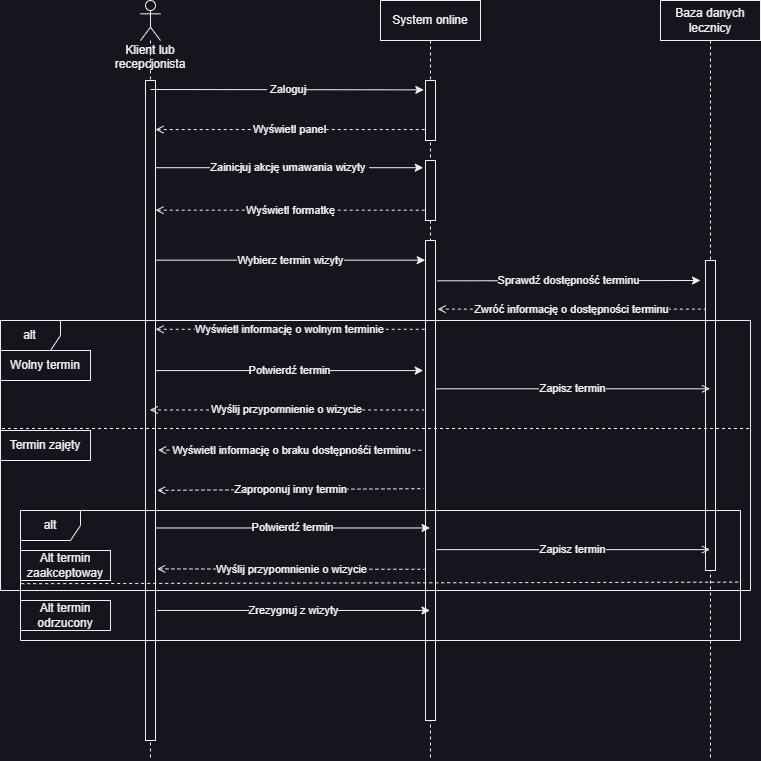
Above: Imgaes/Seq_UC1_Umow_wizyte.png in MarekMichali/vet-clinic (draw.io), before the change. Source tidied: cells renumbered, new cells last; positions are measured from the earlier drawing's top-left corner, leaving out a move shared by most shapes. Source of this version:
```xml
<mxGraphModel background="#18141D">
  <root>
    <mxCell id="0" />
    <mxCell id="1" parent="0" />
    <mxCell id="2" value="Klient lub recepcjonista" style="shape=umlLifeline;participant=umlActor;perimeter=lifelinePerimeter;whiteSpace=wrap;html=1;verticalAlign=top;spacingTop=36;outlineConnect=0;labelBackgroundColor=none;fontColor=#F0F0F0;fillColor=#18141D;strokeColor=#F0F0F0;" parent="1" vertex="1">
      <mxGeometry x="140" width="20" height="760" as="geometry" />
    </mxCell>
    <mxCell id="3" style="html=1;points=[];perimeter=orthogonalPerimeter;labelBackgroundColor=#18141D;fontColor=#F0F0F0;fillColor=#18141D;strokeColor=#F0F0F0;" parent="2" vertex="1">
      <mxGeometry x="5" y="80" width="10" height="660" as="geometry" />
    </mxCell>
    <mxCell id="4" value="System online" style="shape=umlLifeline;perimeter=lifelinePerimeter;whiteSpace=wrap;html=1;outlineConnect=0;labelBackgroundColor=#18141D;fontColor=#F0F0F0;fillColor=#18141D;strokeColor=#F0F0F0;" parent="1" vertex="1">
      <mxGeometry x="380" width="100" height="760" as="geometry" />
    </mxCell>
    <mxCell id="5" style="html=1;points=[];perimeter=orthogonalPerimeter;labelBackgroundColor=#18141D;fontColor=#F0F0F0;fillColor=#18141D;strokeColor=#F0F0F0;" parent="4" vertex="1">
      <mxGeometry x="45" y="80" width="10" height="60" as="geometry" />
    </mxCell>
    <mxCell id="6" style="html=1;points=[];perimeter=orthogonalPerimeter;labelBackgroundColor=#18141D;fontColor=#F0F0F0;fillColor=#18141D;strokeColor=#F0F0F0;" parent="4" vertex="1">
      <mxGeometry x="45" y="160" width="10" height="60" as="geometry" />
    </mxCell>
    <mxCell id="7" style="edgeStyle=none;html=1;startArrow=open;startFill=0;endArrow=open;endFill=0;labelBackgroundColor=#18141D;fontColor=#F0F0F0;fillColor=#18141D;strokeColor=#F0F0F0;" parent="4" edge="1" source="8" target="4">
      <mxGeometry relative="1" as="geometry" />
    </mxCell>
    <mxCell id="8" style="html=1;points=[];perimeter=orthogonalPerimeter;labelBackgroundColor=#18141D;fontColor=#F0F0F0;fillColor=#18141D;strokeColor=#F0F0F0;" parent="4" vertex="1">
      <mxGeometry x="45" y="240" width="10" height="480" as="geometry" />
    </mxCell>
    <mxCell id="9" value="Baza danych lecznicy" style="shape=umlLifeline;perimeter=lifelinePerimeter;whiteSpace=wrap;html=1;outlineConnect=0;labelBackgroundColor=#18141D;fontColor=#F0F0F0;fillColor=#18141D;strokeColor=#F0F0F0;" parent="1" vertex="1">
      <mxGeometry x="660" width="100" height="760" as="geometry" />
    </mxCell>
    <mxCell id="10" style="edgeStyle=none;html=1;startArrow=open;startFill=0;endArrow=open;endFill=0;labelBackgroundColor=#18141D;fontColor=#F0F0F0;fillColor=#18141D;strokeColor=#F0F0F0;" parent="9" edge="1" source="11" target="9">
      <mxGeometry relative="1" as="geometry" />
    </mxCell>
    <mxCell id="11" style="html=1;points=[];perimeter=orthogonalPerimeter;labelBackgroundColor=#18141D;fontColor=#F0F0F0;fillColor=#18141D;strokeColor=#F0F0F0;" parent="9" vertex="1">
      <mxGeometry x="45" y="260" width="10" height="310" as="geometry" />
    </mxCell>
    <mxCell id="12" value="&amp;nbsp;Zaloguj" style="endArrow=classic;html=1;entryX=-0.169;entryY=0.156;entryDx=0;entryDy=0;entryPerimeter=0;labelBackgroundColor=#18141D;fontColor=#F0F0F0;fillColor=#18141D;strokeColor=#F0F0F0;" parent="1" edge="1" target="5">
      <mxGeometry relative="1" as="geometry">
        <mxPoint x="150" y="89" as="sourcePoint" />
      </mxGeometry>
    </mxCell>
    <mxCell id="13" value="Wyświetl panel" style="endArrow=none;dashed=1;html=1;startArrow=open;startFill=0;entryX=-0.059;entryY=0.818;entryDx=0;entryDy=0;entryPerimeter=0;labelBackgroundColor=#18141D;fontColor=#F0F0F0;fillColor=#18141D;strokeColor=#F0F0F0;" parent="1" edge="1" source="3" target="5">
      <mxGeometry relative="1" as="geometry" />
    </mxCell>
    <mxCell id="14" value="Zainicjuj akcję umawania wizyty&amp;nbsp;" style="endArrow=classic;html=1;entryX=-0.224;entryY=0.12;entryDx=0;entryDy=0;entryPerimeter=0;labelBackgroundColor=#18141D;fontColor=#F0F0F0;fillColor=#18141D;strokeColor=#F0F0F0;" parent="1" edge="1" source="3" target="6">
      <mxGeometry relative="1" as="geometry" />
    </mxCell>
    <mxCell id="15" value="Wyświetl formatkę" style="endArrow=none;dashed=1;html=1;startArrow=open;startFill=0;entryX=0.052;entryY=0.828;entryDx=0;entryDy=0;entryPerimeter=0;labelBackgroundColor=#18141D;fontColor=#F0F0F0;fillColor=#18141D;strokeColor=#F0F0F0;" parent="1" edge="1" source="3" target="6">
      <mxGeometry relative="1" as="geometry" />
    </mxCell>
    <mxCell id="16" value="Wybierz termin wizyty" style="endArrow=classic;html=1;entryX=-0.027;entryY=0.041;entryDx=0;entryDy=0;entryPerimeter=0;labelBackgroundColor=#18141D;fontColor=#F0F0F0;fillColor=#18141D;strokeColor=#F0F0F0;" parent="1" edge="1" source="3" target="8">
      <mxGeometry relative="1" as="geometry" />
    </mxCell>
    <mxCell id="17" value="Sprawdź dostępność terminu" style="endArrow=classic;html=1;exitX=1.173;exitY=0.084;exitDx=0;exitDy=0;exitPerimeter=0;labelBackgroundColor=#18141D;fontColor=#F0F0F0;fillColor=#18141D;strokeColor=#F0F0F0;" parent="1" edge="1" source="8">
      <mxGeometry relative="1" as="geometry">
        <mxPoint x="700" y="280" as="targetPoint" />
      </mxGeometry>
    </mxCell>
    <mxCell id="18" value="Zwróć informację o dostępności terminu" style="endArrow=none;dashed=1;html=1;startArrow=open;startFill=0;exitX=1.21;exitY=0.143;exitDx=0;exitDy=0;exitPerimeter=0;labelBackgroundColor=#18141D;fontColor=#F0F0F0;fillColor=#18141D;strokeColor=#F0F0F0;" parent="1" edge="1" source="8" target="11">
      <mxGeometry relative="1" as="geometry" />
    </mxCell>
    <mxCell id="19" value="Wyświetl informację o wolnym terminie" style="endArrow=none;dashed=1;html=1;startArrow=open;startFill=0;entryX=-0.059;entryY=0.185;entryDx=0;entryDy=0;entryPerimeter=0;labelBackgroundColor=#18141D;fontColor=#F0F0F0;fillColor=#18141D;strokeColor=#F0F0F0;" parent="1" edge="1" source="3" target="8">
      <mxGeometry relative="1" as="geometry" />
    </mxCell>
    <mxCell id="20" value="Potwierdź termin" style="endArrow=classic;html=1;entryX=-0.224;entryY=0.271;entryDx=0;entryDy=0;entryPerimeter=0;labelBackgroundColor=#18141D;fontColor=#F0F0F0;fillColor=#18141D;strokeColor=#F0F0F0;" parent="1" edge="1" source="3" target="8">
      <mxGeometry relative="1" as="geometry" />
    </mxCell>
    <mxCell id="21" value="Zapisz termin" style="endArrow=open;html=1;exitX=1.1;exitY=0.309;exitDx=0;exitDy=0;exitPerimeter=0;endFill=0;labelBackgroundColor=#18141D;fontColor=#F0F0F0;fillColor=#18141D;strokeColor=#F0F0F0;" parent="1" edge="1" source="8" target="9">
      <mxGeometry relative="1" as="geometry" />
    </mxCell>
    <mxCell id="22" value="Wyślij przypomnienie o wizycie" style="endArrow=none;dashed=1;html=1;startArrow=open;startFill=0;entryX=-0.181;entryY=0.353;entryDx=0;entryDy=0;entryPerimeter=0;labelBackgroundColor=#18141D;fontColor=#F0F0F0;fillColor=#18141D;strokeColor=#F0F0F0;" parent="1" edge="1" source="2" target="8">
      <mxGeometry relative="1" as="geometry" />
    </mxCell>
    <mxCell id="23" value="Wyświetl informację o braku dostępnośći terminu" style="endArrow=none;dashed=1;html=1;startArrow=open;startFill=0;entryX=-0.26;entryY=0.437;entryDx=0;entryDy=0;entryPerimeter=0;exitX=1.26;exitY=0.56;exitDx=0;exitDy=0;exitPerimeter=0;labelBackgroundColor=#18141D;fontColor=#F0F0F0;fillColor=#18141D;strokeColor=#F0F0F0;" parent="1" edge="1" source="3" target="8">
      <mxGeometry relative="1" as="geometry" />
    </mxCell>
    <mxCell id="24" value="Zaproponuj inny termin" style="endArrow=none;dashed=1;html=1;startArrow=open;startFill=0;entryX=-0.167;entryY=0.517;entryDx=0;entryDy=0;entryPerimeter=0;exitX=1.167;exitY=0.621;exitDx=0;exitDy=0;exitPerimeter=0;labelBackgroundColor=#18141D;fontColor=#F0F0F0;fillColor=#18141D;strokeColor=#F0F0F0;" parent="1" edge="1" source="3" target="8">
      <mxGeometry relative="1" as="geometry" />
    </mxCell>
    <mxCell id="25" value="Potwierdź termin" style="endArrow=classic;html=1;exitX=0.967;exitY=0.678;exitDx=0;exitDy=0;exitPerimeter=0;labelBackgroundColor=#18141D;fontColor=#F0F0F0;fillColor=#18141D;strokeColor=#F0F0F0;" parent="1" edge="1" source="3" target="4">
      <mxGeometry relative="1" as="geometry" />
    </mxCell>
    <mxCell id="26" value="Zrezygnuj z wizyty" style="endArrow=classic;html=1;exitX=1.156;exitY=0.803;exitDx=0;exitDy=0;exitPerimeter=0;labelBackgroundColor=#18141D;fontColor=#F0F0F0;fillColor=#18141D;strokeColor=#F0F0F0;" parent="1" edge="1" source="3" target="4">
      <mxGeometry relative="1" as="geometry" />
    </mxCell>
    <mxCell id="27" value="Wyślij przypomnienie o wizycie" style="endArrow=none;dashed=1;html=1;startArrow=open;startFill=0;entryX=-0.1;entryY=0.685;entryDx=0;entryDy=0;entryPerimeter=0;exitX=1.167;exitY=0.74;exitDx=0;exitDy=0;exitPerimeter=0;labelBackgroundColor=#18141D;fontColor=#F0F0F0;fillColor=#18141D;strokeColor=#F0F0F0;" parent="1" edge="1" source="3" target="8">
      <mxGeometry relative="1" as="geometry" />
    </mxCell>
    <mxCell id="28" value="Zapisz termin" style="endArrow=open;html=1;exitX=1.1;exitY=0.644;exitDx=0;exitDy=0;exitPerimeter=0;endFill=0;labelBackgroundColor=#18141D;fontColor=#F0F0F0;fillColor=#18141D;strokeColor=#F0F0F0;" parent="1" edge="1" source="8" target="9">
      <mxGeometry relative="1" as="geometry" />
    </mxCell>
    <mxCell id="29" value="alt" style="shape=umlFrame;whiteSpace=wrap;html=1;labelBackgroundColor=#18141D;fontColor=#F0F0F0;fillColor=#18141D;strokeColor=#F0F0F0;" parent="1" vertex="1">
      <mxGeometry y="320" width="750" height="270" as="geometry" />
    </mxCell>
    <mxCell id="30" style="endArrow=none;html=1;exitX=0.002;exitY=0.4;exitDx=0;exitDy=0;exitPerimeter=0;dashed=1;labelBackgroundColor=#18141D;fontColor=#F0F0F0;fillColor=#18141D;strokeColor=#F0F0F0;" parent="1" edge="1" source="29">
      <mxGeometry relative="1" as="geometry">
        <mxPoint x="750" y="428" as="targetPoint" />
      </mxGeometry>
    </mxCell>
    <mxCell id="31" value="Wolny termin" style="text;html=1;strokeColor=#F0F0F0;fillColor=#18141D;align=center;verticalAlign=middle;whiteSpace=wrap;rounded=0;labelBackgroundColor=#18141D;fontColor=#F0F0F0;" parent="1" vertex="1">
      <mxGeometry y="350" width="90" height="30" as="geometry" />
    </mxCell>
    <mxCell id="32" value="Termin zajęty" style="text;html=1;strokeColor=#F0F0F0;fillColor=#18141D;align=center;verticalAlign=middle;whiteSpace=wrap;rounded=0;labelBackgroundColor=#18141D;fontColor=#F0F0F0;" parent="1" vertex="1">
      <mxGeometry y="430" width="90" height="30" as="geometry" />
    </mxCell>
    <mxCell id="33" value="alt" style="shape=umlFrame;whiteSpace=wrap;html=1;labelBackgroundColor=#18141D;fontColor=#F0F0F0;fillColor=#18141D;strokeColor=#F0F0F0;" parent="1" vertex="1">
      <mxGeometry x="20" y="510" width="720" height="130" as="geometry" />
    </mxCell>
    <mxCell id="34" value="Alt termin zaakceptoway" style="text;html=1;strokeColor=#F0F0F0;fillColor=#18141D;align=center;verticalAlign=middle;whiteSpace=wrap;rounded=0;labelBackgroundColor=#18141D;fontColor=#F0F0F0;" parent="1" vertex="1">
      <mxGeometry x="20" y="550" width="90" height="30" as="geometry" />
    </mxCell>
    <mxCell id="35" value="Alt termin odrzucony" style="text;html=1;strokeColor=#F0F0F0;fillColor=#18141D;align=center;verticalAlign=middle;whiteSpace=wrap;rounded=0;labelBackgroundColor=#18141D;fontColor=#F0F0F0;" parent="1" vertex="1">
      <mxGeometry x="20" y="600" width="90" height="30" as="geometry" />
    </mxCell>
    <mxCell id="36" style="endArrow=none;dashed=1;html=1;exitX=0.001;exitY=0.563;exitDx=0;exitDy=0;exitPerimeter=0;entryX=0.999;entryY=0.551;entryDx=0;entryDy=0;entryPerimeter=0;labelBackgroundColor=#18141D;fontColor=#F0F0F0;fillColor=#18141D;strokeColor=#F0F0F0;" parent="1" edge="1" source="33" target="33">
      <mxGeometry relative="1" as="geometry" />
    </mxCell>
  </root>
</mxGraphModel>
```
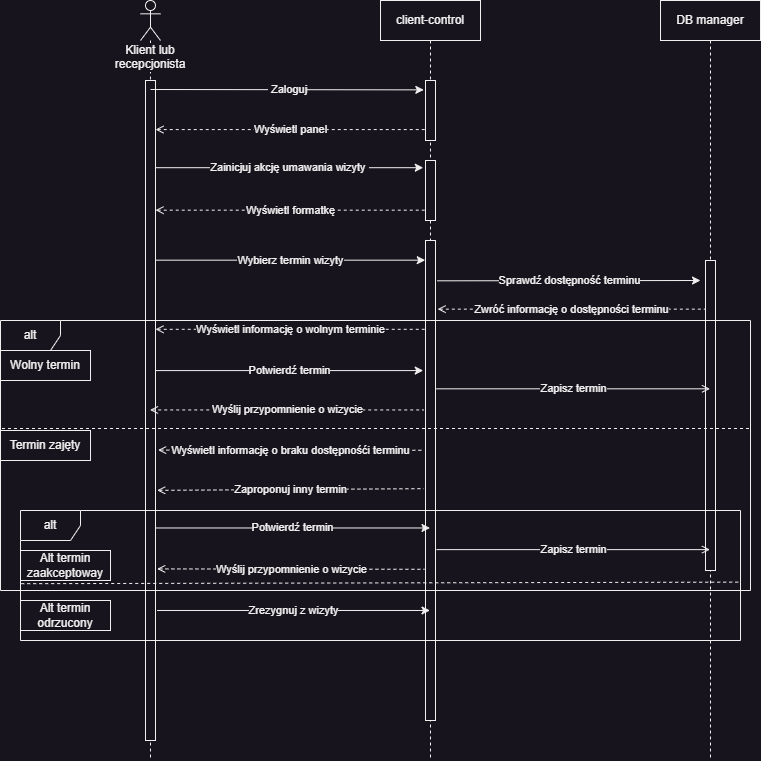
After the commit.

What changed in the source:
```diff
@@ -2,13 +2,13 @@
   <root>
     <mxCell id="0" />
     <mxCell id="1" parent="0" />
-    <mxCell id="2" value="Klient lub recepcjonista" style="shape=umlLifeline;participant=umlActor;perimeter=lifelinePerimeter;whiteSpace=wrap;html=1;verticalAlign=top;spacingTop=36;outlineConnect=0;labelBackgroundColor=none;fontColor=#F0F0F0;fillColor=#18141D;strokeColor=#F0F0F0;" parent="1" vertex="1">
+    <mxCell id="2" value="Klient lub recepcjonista" style="shape=umlLifeline;participant=umlActor;perimeter=lifelinePerimeter;whiteSpace=wrap;html=1;verticalAlign=top;spacingTop=36;outlineConnect=0;labelBackgroundColor=#18141D;fontColor=#F0F0F0;fillColor=#18141D;strokeColor=#F0F0F0;" parent="1" vertex="1">
       <mxGeometry x="140" width="20" height="760" as="geometry" />
     </mxCell>
     <mxCell id="3" style="html=1;points=[];perimeter=orthogonalPerimeter;labelBackgroundColor=#18141D;fontColor=#F0F0F0;fillColor=#18141D;strokeColor=#F0F0F0;" parent="2" vertex="1">
       <mxGeometry x="5" y="80" width="10" height="660" as="geometry" />
     </mxCell>
-    <mxCell id="4" value="System online" style="shape=umlLifeline;perimeter=lifelinePerimeter;whiteSpace=wrap;html=1;outlineConnect=0;labelBackgroundColor=#18141D;fontColor=#F0F0F0;fillColor=#18141D;strokeColor=#F0F0F0;" parent="1" vertex="1">
+    <mxCell id="4" value="client-control" style="shape=umlLifeline;perimeter=lifelinePerimeter;whiteSpace=wrap;html=1;outlineConnect=0;labelBackgroundColor=#18141D;fontColor=#F0F0F0;fillColor=#18141D;strokeColor=#F0F0F0;" parent="1" vertex="1">
       <mxGeometry x="380" width="100" height="760" as="geometry" />
     </mxCell>
     <mxCell id="5" style="html=1;points=[];perimeter=orthogonalPerimeter;labelBackgroundColor=#18141D;fontColor=#F0F0F0;fillColor=#18141D;strokeColor=#F0F0F0;" parent="4" vertex="1">
@@ -23,7 +23,7 @@
     <mxCell id="8" style="html=1;points=[];perimeter=orthogonalPerimeter;labelBackgroundColor=#18141D;fontColor=#F0F0F0;fillColor=#18141D;strokeColor=#F0F0F0;" parent="4" vertex="1">
       <mxGeometry x="45" y="240" width="10" height="480" as="geometry" />
     </mxCell>
-    <mxCell id="9" value="Baza danych lecznicy" style="shape=umlLifeline;perimeter=lifelinePerimeter;whiteSpace=wrap;html=1;outlineConnect=0;labelBackgroundColor=#18141D;fontColor=#F0F0F0;fillColor=#18141D;strokeColor=#F0F0F0;" parent="1" vertex="1">
+    <mxCell id="9" value="DB manager" style="shape=umlLifeline;perimeter=lifelinePerimeter;whiteSpace=wrap;html=1;outlineConnect=0;labelBackgroundColor=#18141D;fontColor=#F0F0F0;fillColor=#18141D;strokeColor=#F0F0F0;" parent="1" vertex="1">
       <mxGeometry x="660" width="100" height="760" as="geometry" />
     </mxCell>
     <mxCell id="10" style="edgeStyle=none;html=1;startArrow=open;startFill=0;endArrow=open;endFill=0;labelBackgroundColor=#18141D;fontColor=#F0F0F0;fillColor=#18141D;strokeColor=#F0F0F0;" parent="9" edge="1" source="11" target="9">
```
